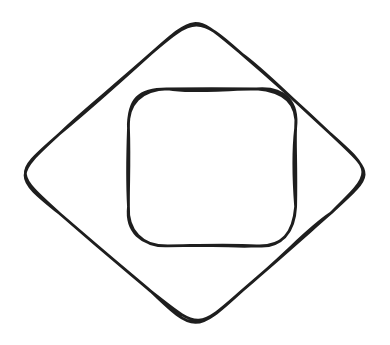
This is Diagrams/Untitled-1.excalidraw.svg from EugenGoGit/diagramm_store, a Excalidraw export, as it was before one commit. Source tidied: one line per element, renumbered; positions are measured from the earlier drawing's top-left corner, leaving out a move shared by most shapes. Source of this version:
```json
{"id": 0, "type": "diamond", "strokeColor": "#1e1e1e", "strokeWidth": 2, "roughness": 1, "round": true, "x": 0, "y": 0, "width": 258, "height": 226}
{"id": 1, "type": "rectangle", "strokeColor": "#1e1e1e", "strokeWidth": 2, "roughness": 1, "round": true, "x": 82, "y": 53, "width": 119, "height": 112}
```
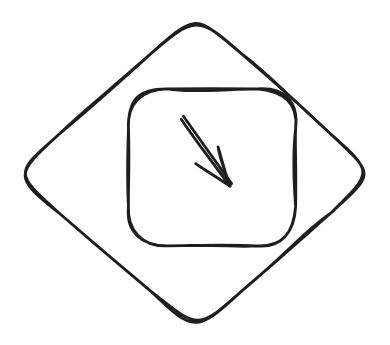
After the change.

Diff of the diagram source:
```diff
@@ -1,2 +1,3 @@
 {"id": 0, "type": "diamond", "strokeColor": "#1e1e1e", "strokeWidth": 2, "roughness": 1, "round": true, "x": 0, "y": 0, "width": 258, "height": 226}
 {"id": 1, "type": "rectangle", "strokeColor": "#1e1e1e", "strokeWidth": 2, "roughness": 1, "round": true, "x": 82, "y": 53, "width": 119, "height": 112}
+{"id": 2, "type": "arrow", "strokeColor": "#1e1e1e", "strokeWidth": 2, "roughness": 1, "endArrowhead": "arrow", "round": true, "x": 121, "y": 74, "width": 35, "height": 47, "points": [[0, 0], [35, 47]]}
```
